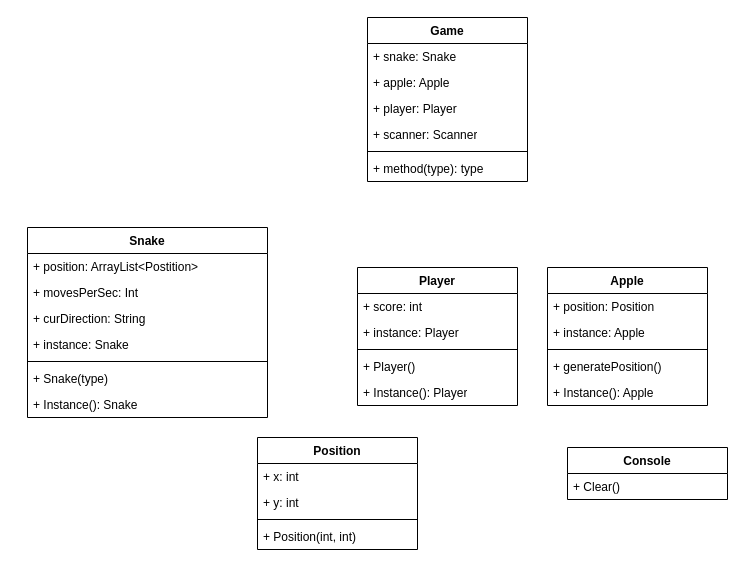
Above: SnakeUML.drawio in JonaShoukri/SnakeGame (draw.io), before the change. Source tidied: cells renumbered, new cells numbered last; positions are measured from the earlier drawing's top-left corner, leaving out a move shared by most shapes. Both pictures are drawn from the tidied source at 100%, with x=0, y=0 at pixel (27, 17).
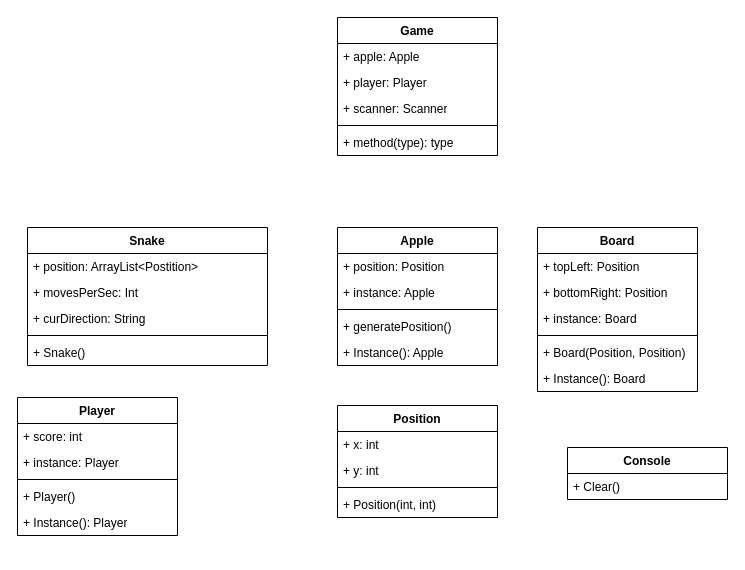
Above is the later version.

Commit message:
inti all classes and started internal logic

init all classes and started filling them out

What changed in the source:
```diff
@@
     <mxCell id="2" value="Snake" style="swimlane;fontStyle=1;align=center;verticalAlign=top;horizontal=1;startSize=26;whiteSpace=wrap;html=1;" parent="1" vertex="1">
-      <mxGeometry y="210" width="240" height="190" as="geometry" />
+      <mxGeometry y="210" width="240" height="138" as="geometry" />
     </mxCell>
@@
-    <mxCell id="6" value="+ instance: Snake" style="text;strokeColor=none;fillColor=none;align=left;verticalAlign=top;spacingLeft=4;spacingRight=4;overflow=hidden;whiteSpace=wrap;html=1;" parent="2" vertex="1">
-      <mxGeometry y="104" width="240" height="26" as="geometry" />
-    </mxCell>
     <mxCell id="7" style="line;strokeWidth=1;fillColor=none;align=left;verticalAlign=middle;spacingTop=-1;spacingLeft=3;spacingRight=3;labelPosition=right;strokeColor=inherit;" parent="2" vertex="1">
-      <mxGeometry y="130" width="240" height="8" as="geometry" />
+      <mxGeometry y="104" width="240" height="8" as="geometry" />
     </mxCell>
-    <mxCell id="8" value="+ Snake(type)" style="text;strokeColor=none;fillColor=none;align=left;verticalAlign=top;spacingLeft=4;spacingRight=4;overflow=hidden;whiteSpace=wrap;html=1;" parent="2" vertex="1">
-      <mxGeometry y="138" width="240" height="26" as="geometry" />
+    <mxCell id="8" value="+ Snake()" style="text;strokeColor=none;fillColor=none;align=left;verticalAlign=top;spacingLeft=4;spacingRight=4;overflow=hidden;whiteSpace=wrap;html=1;" parent="2" vertex="1">
+      <mxGeometry y="112" width="240" height="26" as="geometry" />
     </mxCell>
-    <mxCell id="9" value="+ Instance(): Snake" style="text;strokeColor=none;fillColor=none;align=left;verticalAlign=top;spacingLeft=4;spacingRight=4;overflow=hidden;whiteSpace=wrap;html=1;" parent="2" vertex="1">
-      <mxGeometry y="164" width="240" height="26" as="geometry" />
-    </mxCell>
     <mxCell id="10" value="Apple" style="swimlane;fontStyle=1;align=center;verticalAlign=top;horizontal=1;startSize=26;whiteSpace=wrap;html=1;" parent="1" vertex="1">
-      <mxGeometry x="520" y="250" width="160" height="138" as="geometry" />
+      <mxGeometry x="310" y="210" width="160" height="138" as="geometry" />
     </mxCell>
@@
     <mxCell id="16" value="Position" style="swimlane;fontStyle=1;align=center;verticalAlign=top;horizontal=1;startSize=26;whiteSpace=wrap;html=1;" parent="1" vertex="1">
-      <mxGeometry x="230" y="420" width="160" height="112" as="geometry" />
+      <mxGeometry x="310" y="388" width="160" height="112" as="geometry" />
     </mxCell>
@@
     <mxCell id="23" value="Game" style="swimlane;fontStyle=1;align=center;verticalAlign=top;horizontal=1;startSize=26;whiteSpace=wrap;html=1;" parent="1" vertex="1">
-      <mxGeometry x="340" width="160" height="164" as="geometry" />
+      <mxGeometry x="310" width="160" height="138" as="geometry" />
     </mxCell>
-    <mxCell id="24" value="+ snake: Snake" style="text;strokeColor=none;fillColor=none;align=left;verticalAlign=top;spacingLeft=4;spacingRight=4;overflow=hidden;whiteSpace=wrap;html=1;" parent="23" vertex="1">
-      <mxGeometry y="26" width="160" height="26" as="geometry" />
-    </mxCell>
     <mxCell id="25" value="+ apple: Apple" style="text;strokeColor=none;fillColor=none;align=left;verticalAlign=top;spacingLeft=4;spacingRight=4;overflow=hidden;whiteSpace=wrap;html=1;" parent="23" vertex="1">
-      <mxGeometry y="52" width="160" height="26" as="geometry" />
+      <mxGeometry y="26" width="160" height="26" as="geometry" />
     </mxCell>
     <mxCell id="26" value="+ player: Player" style="text;strokeColor=none;fillColor=none;align=left;verticalAlign=top;spacingLeft=4;spacingRight=4;overflow=hidden;whiteSpace=wrap;html=1;" parent="23" vertex="1">
-      <mxGeometry y="78" width="160" height="26" as="geometry" />
+      <mxGeometry y="52" width="160" height="26" as="geometry" />
     </mxCell>
     <mxCell id="27" value="+ scanner: Scanner" style="text;strokeColor=none;fillColor=none;align=left;verticalAlign=top;spacingLeft=4;spacingRight=4;overflow=hidden;whiteSpace=wrap;html=1;" parent="23" vertex="1">
-      <mxGeometry y="104" width="160" height="26" as="geometry" />
+      <mxGeometry y="78" width="160" height="26" as="geometry" />
     </mxCell>
     <mxCell id="28" style="line;strokeWidth=1;fillColor=none;align=left;verticalAlign=middle;spacingTop=-1;spacingLeft=3;spacingRight=3;labelPosition=right;strokeColor=inherit;" parent="23" vertex="1">
-      <mxGeometry y="130" width="160" height="8" as="geometry" />
+      <mxGeometry y="104" width="160" height="8" as="geometry" />
     </mxCell>
     <mxCell id="29" value="+ method(type): type" style="text;strokeColor=none;fillColor=none;align=left;verticalAlign=top;spacingLeft=4;spacingRight=4;overflow=hidden;whiteSpace=wrap;html=1;" parent="23" vertex="1">
-      <mxGeometry y="138" width="160" height="26" as="geometry" />
+      <mxGeometry y="112" width="160" height="26" as="geometry" />
     </mxCell>
     <mxCell id="30" value="Player" style="swimlane;fontStyle=1;align=center;verticalAlign=top;horizontal=1;startSize=26;whiteSpace=wrap;html=1;" parent="1" vertex="1">
-      <mxGeometry x="330" y="250" width="160" height="138" as="geometry" />
+      <mxGeometry x="-10" y="380" width="160" height="138" as="geometry" />
     </mxCell>
@@
+    <mxCell id="36" value="Board" style="swimlane;fontStyle=1;align=center;verticalAlign=top;horizontal=1;startSize=26;whiteSpace=wrap;html=1;" parent="1" vertex="1">
+      <mxGeometry x="510" y="210" width="160" height="164" as="geometry" />
+    </mxCell>
+    <mxCell id="37" value="+ topLeft: Position" style="text;strokeColor=none;fillColor=none;align=left;verticalAlign=top;spacingLeft=4;spacingRight=4;overflow=hidden;whiteSpace=wrap;html=1;" parent="36" vertex="1">
+      <mxGeometry y="26" width="160" height="26" as="geometry" />
+    </mxCell>
+    <mxCell id="38" value="+ bottomRight: Position" style="text;strokeColor=none;fillColor=none;align=left;verticalAlign=top;spacingLeft=4;spacingRight=4;overflow=hidden;whiteSpace=wrap;html=1;" parent="36" vertex="1">
+      <mxGeometry y="52" width="160" height="26" as="geometry" />
+    </mxCell>
+    <mxCell id="39" value="+ instance: Board" style="text;strokeColor=none;fillColor=none;align=left;verticalAlign=top;spacingLeft=4;spacingRight=4;overflow=hidden;whiteSpace=wrap;html=1;" parent="36" vertex="1">
+      <mxGeometry y="78" width="160" height="26" as="geometry" />
+    </mxCell>
+    <mxCell id="40" style="line;strokeWidth=1;fillColor=none;align=left;verticalAlign=middle;spacingTop=-1;spacingLeft=3;spacingRight=3;labelPosition=right;strokeColor=inherit;" parent="36" vertex="1">
+      <mxGeometry y="104" width="160" height="8" as="geometry" />
+    </mxCell>
+    <mxCell id="41" value="+ Board(Position, Position)" style="text;strokeColor=none;fillColor=none;align=left;verticalAlign=top;spacingLeft=4;spacingRight=4;overflow=hidden;whiteSpace=wrap;html=1;" parent="36" vertex="1">
+      <mxGeometry y="112" width="160" height="26" as="geometry" />
+    </mxCell>
+    <mxCell id="42" value="+ Instance(): Board" style="text;strokeColor=none;fillColor=none;align=left;verticalAlign=top;spacingLeft=4;spacingRight=4;overflow=hidden;whiteSpace=wrap;html=1;" parent="36" vertex="1">
+      <mxGeometry y="138" width="160" height="26" as="geometry" />
+    </mxCell>
```
